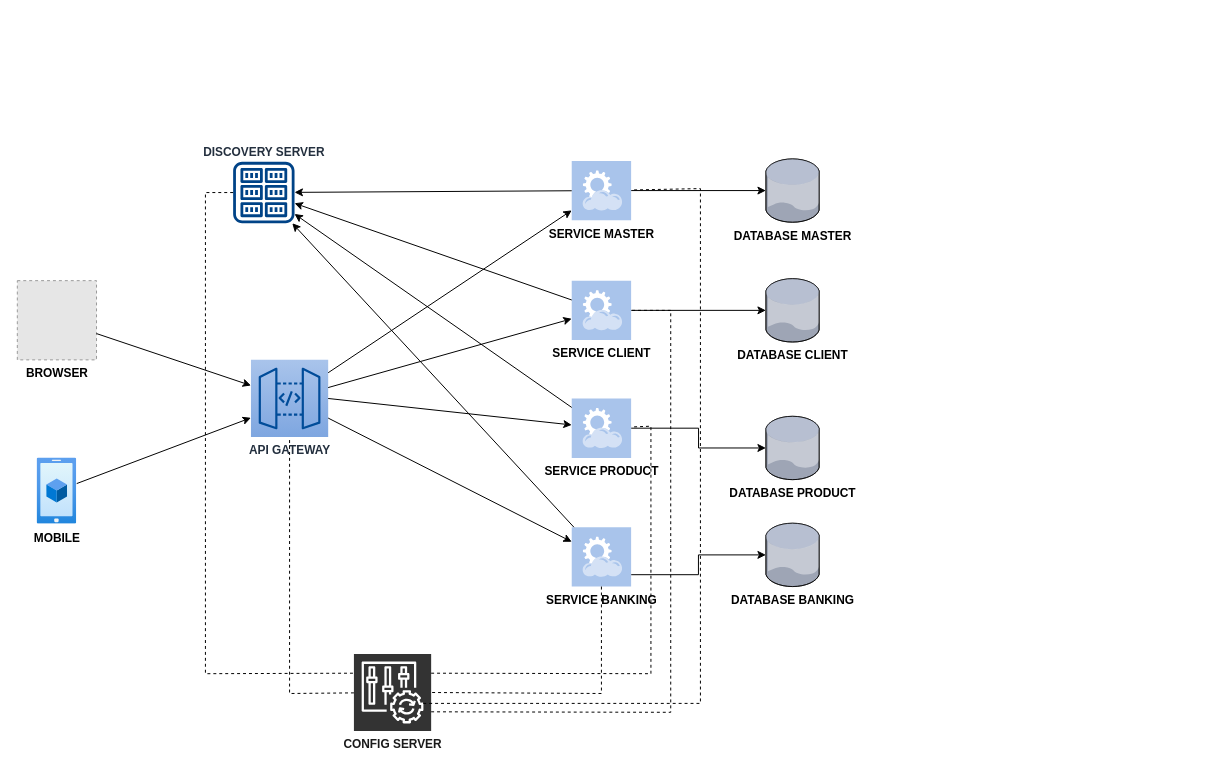
Earlier version of the draw.io diagram Arquitectura/arquitectura-project.drawio (Jhovny/bootcamp-project-documents). Source tidied: cells renumbered, new cells numbered last; positions are measured from the earlier drawing's top-left corner, leaving out a move shared by most shapes. Both pictures are drawn from the tidied source at 99%, with x=0, y=0 at pixel (17, 158). Pictures stored in the file or linked from it are replaced by grey dashed boxes.
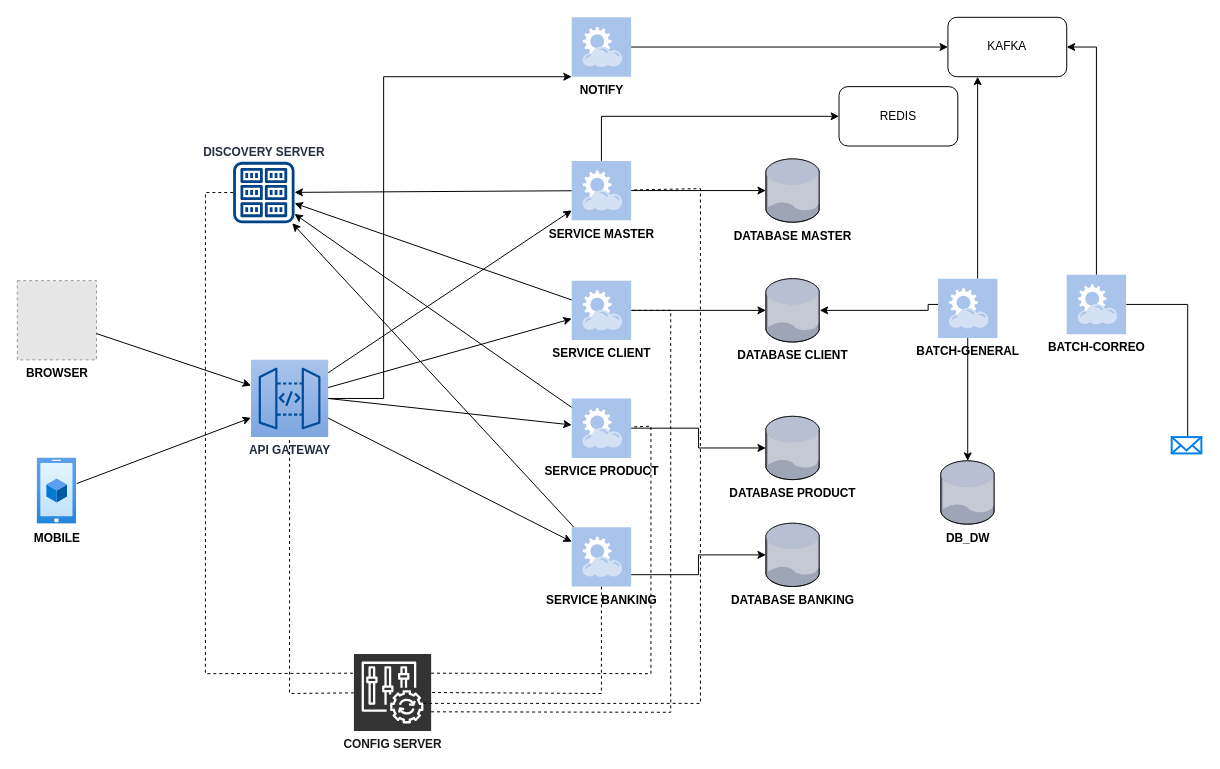
The same diagram, later.

Commit message (it also covers changes not shown here):
Cambios post exposicion

Unchanged cells that the change refers to:
```xml
<mxCell id="2" value="&lt;b&gt;API GATEWAY&lt;/b&gt;" style="sketch=0;points=[[0,0,0],[0.25,0,0],[0.5,0,0],[0.75,0,0],[1,0,0],[0,1,0],[0.25,1,0],[0.5,1,0],[0.75,1,0],[1,1,0],[0,0.25,0],[0,0.5,0],[0,0.75,0],[1,0.25,0],[1,0.5,0],[1,0.75,0]];outlineConnect=0;fontColor=#232F3E;gradientColor=#A9C4EB;gradientDirection=north;fillColor=#7EA6E0;strokeColor=#004C99;dashed=0;verticalLabelPosition=bottom;verticalAlign=top;align=center;html=1;fontSize=12;fontStyle=0;shape=mxgraph.aws4.resourceIcon;resIcon=mxgraph.aws4.api_gateway;" parent="1" vertex="1">
  <mxGeometry x="236" y="203" width="78" height="78" as="geometry" />
</mxCell>
<mxCell id="5" value="&lt;b&gt;SERVICE MASTER&lt;/b&gt;" style="shadow=0;dashed=0;html=1;strokeColor=none;fillColor=#A9C4EB;labelPosition=center;verticalLabelPosition=bottom;verticalAlign=top;align=center;outlineConnect=0;shape=mxgraph.veeam.2d.restful_apis;" parent="1" vertex="1">
  <mxGeometry x="560" y="2" width="60" height="60" as="geometry" />
</mxCell>
<mxCell id="12" value="&lt;b&gt;DATABASE CLIENT&lt;/b&gt;" style="verticalLabelPosition=bottom;sketch=0;html=1;verticalAlign=top;strokeColor=none;align=center;outlineConnect=0;shape=mxgraph.citrix.database;" parent="1" vertex="1">
  <mxGeometry x="756.1" y="121" width="54.4" height="64" as="geometry" />
</mxCell>
```

What changed in the source:
```diff
@@
+    <mxCell id="35" style="edgeStyle=orthogonalEdgeStyle;rounded=0;jettySize=auto;html=1;" parent="1" edge="1" source="2" target="46">
+      <mxGeometry relative="1" as="geometry">
+        <Array as="points">
+          <mxPoint x="370" y="242" />
+          <mxPoint x="370" y="-83" />
+        </Array>
+      </mxGeometry>
+    </mxCell>
@@
+    <mxCell id="36" style="edgeStyle=orthogonalEdgeStyle;rounded=0;jettySize=auto;html=1;entryX=0;entryY=0.5;entryDx=0;entryDy=0;" parent="1" edge="1" source="5" target="48">
+      <mxGeometry relative="1" as="geometry">
+        <Array as="points">
+          <mxPoint x="590" y="-43" />
+        </Array>
+      </mxGeometry>
+    </mxCell>
@@
+    <mxCell id="37" style="edgeStyle=orthogonalEdgeStyle;rounded=0;jettySize=auto;html=1;entryX=0.54;entryY=0.759;entryDx=0;entryDy=0;entryPerimeter=0;" parent="1" edge="1" source="39" target="44">
+      <mxGeometry relative="1" as="geometry" />
+    </mxCell>
+    <mxCell id="38" style="edgeStyle=orthogonalEdgeStyle;rounded=0;jettySize=auto;html=1;entryX=1;entryY=0.5;entryDx=0;entryDy=0;" parent="1" edge="1" source="39" target="47">
+      <mxGeometry relative="1" as="geometry" />
+    </mxCell>
+    <mxCell id="39" value="&lt;b&gt;BATCH-CORREO&lt;/b&gt;" style="shadow=0;dashed=0;html=1;strokeColor=none;fillColor=#A9C4EB;labelPosition=center;verticalLabelPosition=bottom;verticalAlign=top;align=center;outlineConnect=0;shape=mxgraph.veeam.2d.restful_apis;" parent="1" vertex="1">
+      <mxGeometry x="1060" y="117" width="60" height="60" as="geometry" />
+    </mxCell>
+    <mxCell id="40" style="edgeStyle=orthogonalEdgeStyle;rounded=0;jettySize=auto;html=1;" parent="1" edge="1" source="43" target="12">
+      <mxGeometry relative="1" as="geometry">
+        <Array as="points">
+          <mxPoint x="920" y="147" />
+          <mxPoint x="920" y="153" />
+        </Array>
+      </mxGeometry>
+    </mxCell>
+    <mxCell id="41" style="edgeStyle=orthogonalEdgeStyle;rounded=0;jettySize=auto;html=1;entryX=0.25;entryY=1;entryDx=0;entryDy=0;" parent="1" edge="1" source="43" target="47">
+      <mxGeometry relative="1" as="geometry">
+        <Array as="points">
+          <mxPoint x="970" y="77" />
+          <mxPoint x="970" y="77" />
+        </Array>
+      </mxGeometry>
+    </mxCell>
+    <mxCell id="42" style="edgeStyle=orthogonalEdgeStyle;rounded=0;jettySize=auto;html=1;" parent="1" edge="1" source="43" target="49">
+      <mxGeometry relative="1" as="geometry" />
+    </mxCell>
+    <mxCell id="43" value="&lt;b&gt;BATCH-GENERAL&lt;/b&gt;" style="shadow=0;dashed=0;html=1;strokeColor=none;fillColor=#A9C4EB;labelPosition=center;verticalLabelPosition=bottom;verticalAlign=top;align=center;outlineConnect=0;shape=mxgraph.veeam.2d.restful_apis;" parent="1" vertex="1">
+      <mxGeometry x="930" y="121" width="60" height="60" as="geometry" />
+    </mxCell>
+    <mxCell id="44" style="html=1;verticalLabelPosition=bottom;align=center;labelBackgroundColor=#ffffff;verticalAlign=top;strokeWidth=2;strokeColor=#0080F0;shadow=0;dashed=0;shape=mxgraph.ios7.icons.mail;" parent="1" vertex="1">
+      <mxGeometry x="1166" y="281" width="30" height="16.5" as="geometry" />
+    </mxCell>
+    <mxCell id="45" style="edgeStyle=orthogonalEdgeStyle;rounded=0;jettySize=auto;html=1;" parent="1" edge="1" source="46" target="47">
+      <mxGeometry relative="1" as="geometry" />
+    </mxCell>
+    <mxCell id="46" value="&lt;b&gt;NOTIFY&lt;/b&gt;" style="shadow=0;dashed=0;html=1;strokeColor=none;fillColor=#A9C4EB;labelPosition=center;verticalLabelPosition=bottom;verticalAlign=top;align=center;outlineConnect=0;shape=mxgraph.veeam.2d.restful_apis;" parent="1" vertex="1">
+      <mxGeometry x="560" y="-143" width="60" height="60" as="geometry" />
+    </mxCell>
+    <mxCell id="47" value="KAFKA" style="rounded=1;whiteSpace=wrap;html=1;" parent="1" vertex="1">
+      <mxGeometry x="940" y="-143" width="120" height="60" as="geometry" />
+    </mxCell>
+    <mxCell id="48" value="REDIS" style="rounded=1;whiteSpace=wrap;html=1;" parent="1" vertex="1">
+      <mxGeometry x="830" y="-73" width="120" height="60" as="geometry" />
+    </mxCell>
+    <mxCell id="49" value="&lt;b&gt;DB_DW&lt;br&gt;&lt;/b&gt;" style="verticalLabelPosition=bottom;sketch=0;html=1;verticalAlign=top;strokeColor=none;align=center;outlineConnect=0;shape=mxgraph.citrix.database;" parent="1" vertex="1">
+      <mxGeometry x="932.8" y="305" width="54.4" height="64" as="geometry" />
+    </mxCell>
```
